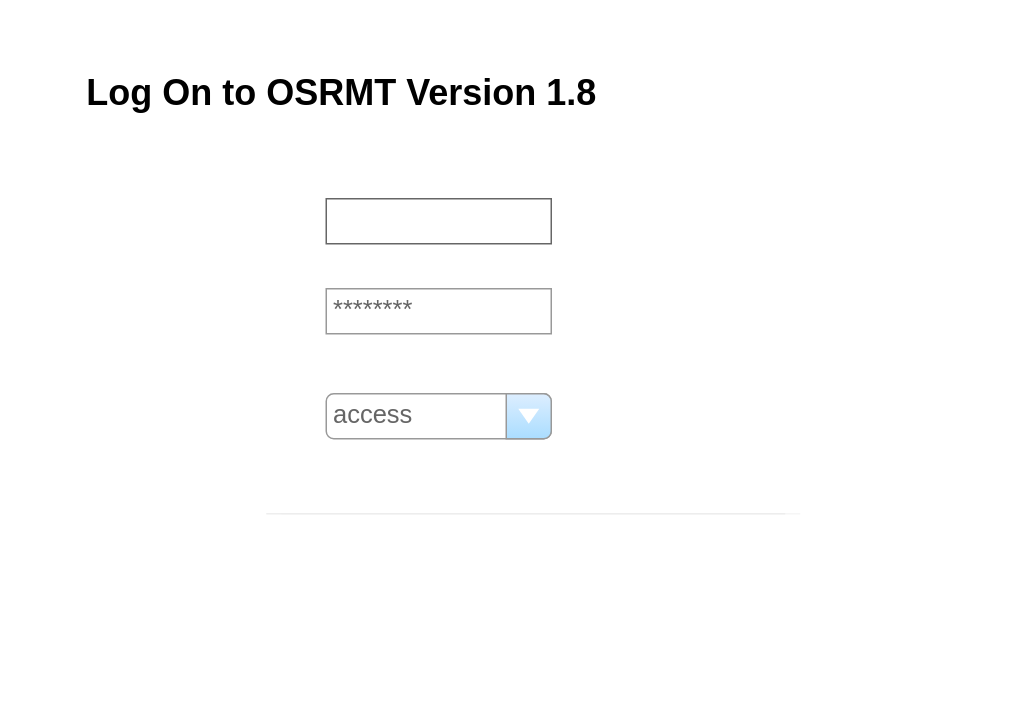
Above: page "Login" (4 of 5) of hnc.drawio in haclong/drawings (draw.io), before the change. Source tidied: cells renumbered, new cells numbered last; positions are measured from the earlier drawing's top-left corner, leaving out a move shared by most shapes. Both pictures are drawn from the tidied source at 150%, with x=0, y=0 at pixel (26, 63).
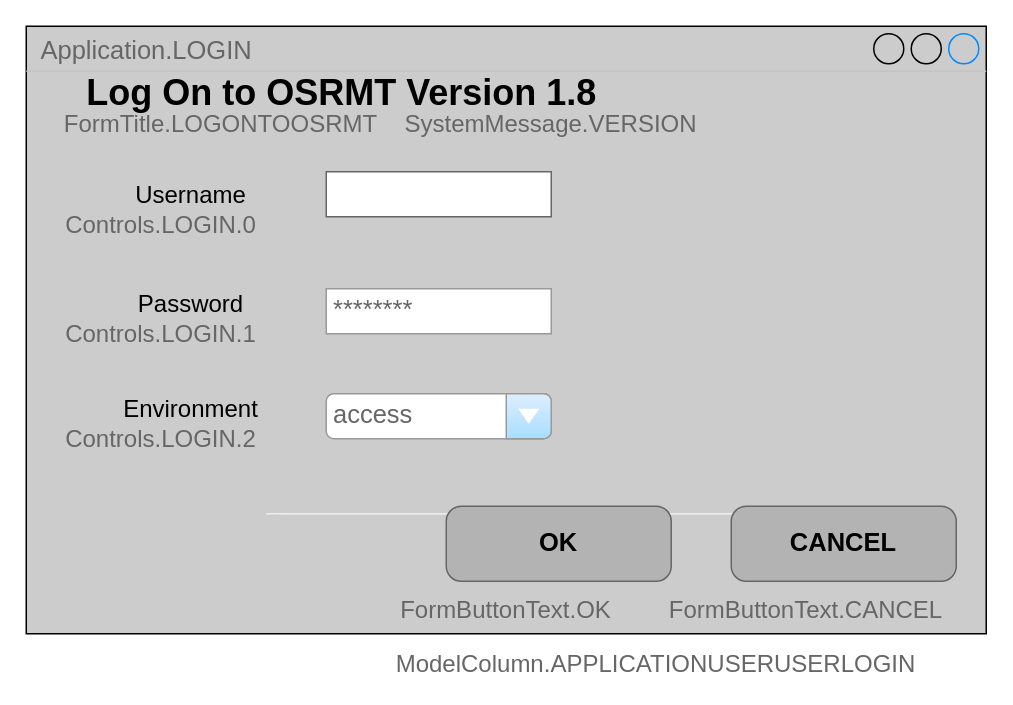
The same page after the edit.

The edit, as a diff of the source:
```diff
@@
+    <mxCell id="8" value="Application.LOGIN" style="strokeWidth=1;shadow=0;dashed=0;align=center;html=1;shape=mxgraph.mockup.containers.window;align=left;verticalAlign=top;spacingLeft=8;strokeColor2=#008cff;strokeColor3=#c4c4c4;fontColor=#666666;mainText=;fontSize=17;labelBackgroundColor=none;fillColor=#CCCCCC;" parent="1" vertex="1">
+      <mxGeometry y="-25" width="640" height="405" as="geometry" />
+    </mxCell>
@@
     <mxCell id="5" style="strokeWidth=1;shadow=0;dashed=0;align=center;html=1;shape=mxgraph.mockup.text.textBox;fontColor=#666666;align=left;fontSize=17;spacingLeft=4;spacingTop=-3;strokeColor=#666666;mainText=;" parent="1" vertex="1">
-      <mxGeometry x="200" y="90" width="150" height="30" as="geometry" />
+      <mxGeometry x="200" y="72" width="150" height="30" as="geometry" />
     </mxCell>
@@
+    <mxCell id="9" value="Username" style="text;html=1;strokeColor=none;fillColor=none;align=center;verticalAlign=middle;whiteSpace=wrap;rounded=0;fontSize=16;" parent="1" vertex="1">
+      <mxGeometry x="90" y="77" width="40" height="20" as="geometry" />
+    </mxCell>
+    <mxCell id="10" value="Password" style="text;html=1;strokeColor=none;fillColor=none;align=center;verticalAlign=middle;whiteSpace=wrap;rounded=0;fontSize=16;" parent="1" vertex="1">
+      <mxGeometry x="90" y="150" width="40" height="20" as="geometry" />
+    </mxCell>
+    <mxCell id="11" value="Environment" style="text;html=1;strokeColor=none;fillColor=none;align=center;verticalAlign=middle;whiteSpace=wrap;rounded=0;fontSize=16;" parent="1" vertex="1">
+      <mxGeometry x="90" y="220" width="40" height="20" as="geometry" />
+    </mxCell>
+    <mxCell id="12" value="OK" style="strokeWidth=1;shadow=0;dashed=0;align=center;html=1;shape=mxgraph.mockup.buttons.button;strokeColor=#666666;mainText=;buttonStyle=round;fontSize=17;fontStyle=1;whiteSpace=wrap;fillColor=#B3B3B3;" parent="1" vertex="1">
+      <mxGeometry x="280" y="295" width="150" height="50" as="geometry" />
+    </mxCell>
+    <mxCell id="13" value="CANCEL" style="strokeWidth=1;shadow=0;dashed=0;align=center;html=1;shape=mxgraph.mockup.buttons.button;strokeColor=#666666;mainText=;buttonStyle=round;fontSize=17;fontStyle=1;whiteSpace=wrap;fillColor=#B3B3B3;" parent="1" vertex="1">
+      <mxGeometry x="470" y="295" width="150" height="50" as="geometry" />
+    </mxCell>
+    <mxCell id="14" value="Controls.LOGIN.0" style="text;html=1;strokeColor=none;fillColor=none;align=center;verticalAlign=middle;whiteSpace=wrap;rounded=0;fontSize=16;fontColor=#666666;" parent="1" vertex="1">
+      <mxGeometry x="70" y="97" width="40" height="20" as="geometry" />
+    </mxCell>
+    <mxCell id="15" value="Controls.LOGIN.1" style="text;html=1;strokeColor=none;fillColor=none;align=center;verticalAlign=middle;whiteSpace=wrap;rounded=0;fontSize=16;fontColor=#666666;" parent="1" vertex="1">
+      <mxGeometry x="70" y="170" width="40" height="20" as="geometry" />
+    </mxCell>
+    <mxCell id="16" value="Controls.LOGIN.2" style="text;html=1;strokeColor=none;fillColor=none;align=center;verticalAlign=middle;whiteSpace=wrap;rounded=0;fontSize=16;fontColor=#666666;" parent="1" vertex="1">
+      <mxGeometry x="70" y="240" width="40" height="20" as="geometry" />
+    </mxCell>
+    <mxCell id="17" value="FormButtonText.OK" style="text;html=1;strokeColor=none;fillColor=none;align=center;verticalAlign=middle;whiteSpace=wrap;rounded=0;fontSize=16;fontColor=#666666;" parent="1" vertex="1">
+      <mxGeometry x="300" y="354" width="40" height="20" as="geometry" />
+    </mxCell>
+    <mxCell id="18" value="FormButtonText.CANCEL" style="text;html=1;strokeColor=none;fillColor=none;align=center;verticalAlign=middle;whiteSpace=wrap;rounded=0;fontSize=16;fontColor=#666666;" parent="1" vertex="1">
+      <mxGeometry x="500" y="354" width="40" height="20" as="geometry" />
+    </mxCell>
+    <mxCell id="19" value="FormTitle.LOGONTOOSRMT" style="text;html=1;strokeColor=none;fillColor=none;align=center;verticalAlign=middle;whiteSpace=wrap;rounded=0;fontSize=16;fontColor=#666666;" parent="1" vertex="1">
+      <mxGeometry x="110" y="30" width="40" height="20" as="geometry" />
+    </mxCell>
+    <mxCell id="20" value="ModelColumn.APPLICATIONUSERUSERLOGIN" style="text;html=1;strokeColor=none;fillColor=none;align=center;verticalAlign=middle;whiteSpace=wrap;rounded=0;fontSize=16;fontColor=#666666;" parent="1" vertex="1">
+      <mxGeometry x="400" y="390" width="40" height="20" as="geometry" />
+    </mxCell>
+    <mxCell id="21" value="SystemMessage.VERSION" style="text;html=1;strokeColor=none;fillColor=none;align=center;verticalAlign=middle;whiteSpace=wrap;rounded=0;fontSize=16;fontColor=#666666;" parent="1" vertex="1">
+      <mxGeometry x="330" y="30" width="40" height="20" as="geometry" />
+    </mxCell>
```
